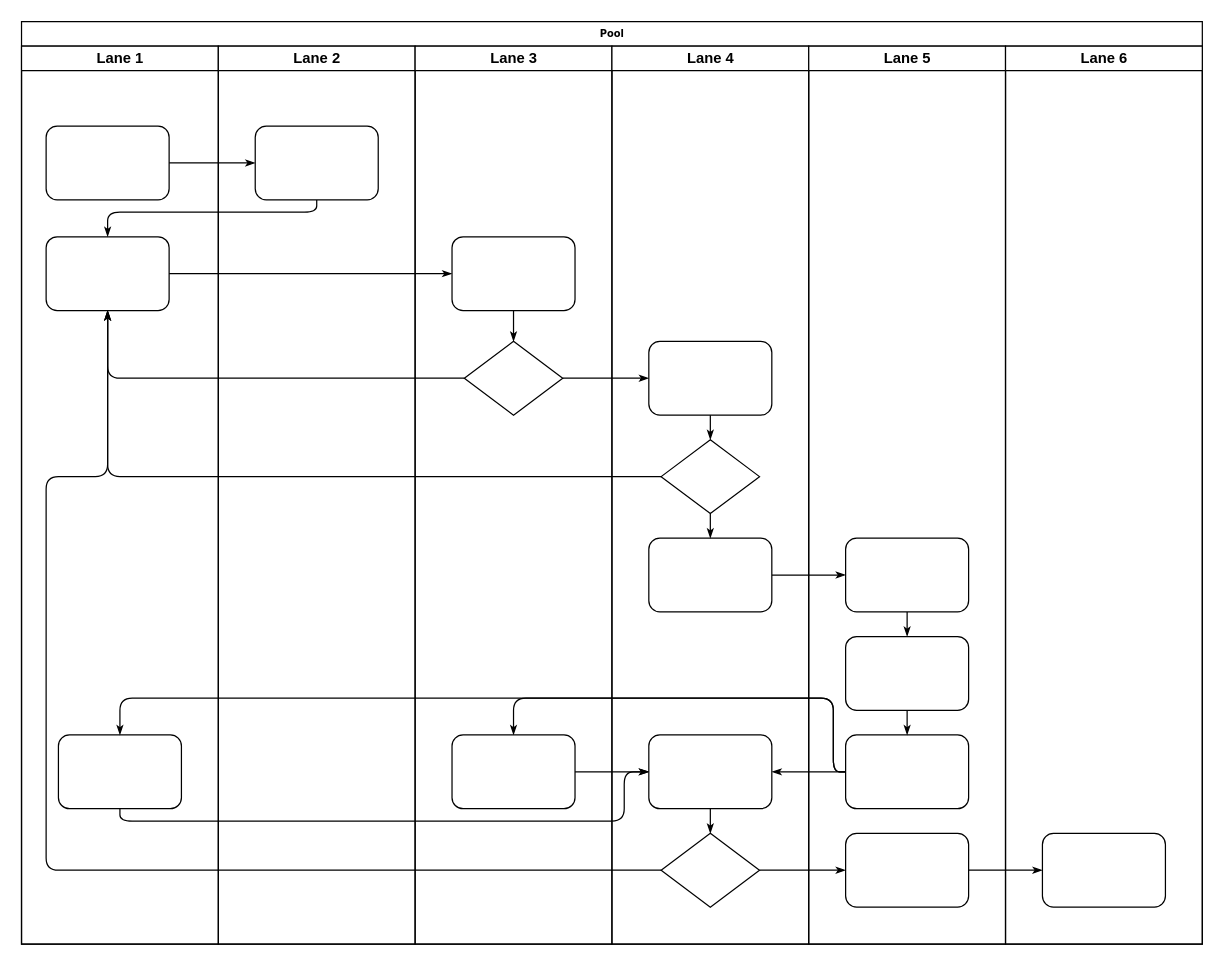
Earlier version of the draw.io diagram 注册登录.drawio (chendong-1/draw). Source tidied: cells renumbered, new cells numbered last; positions are measured from the earlier drawing's top-left corner, leaving out a move shared by most shapes. Both pictures are drawn from the tidied source at 123%, with x=0, y=0 at pixel (21, 21).
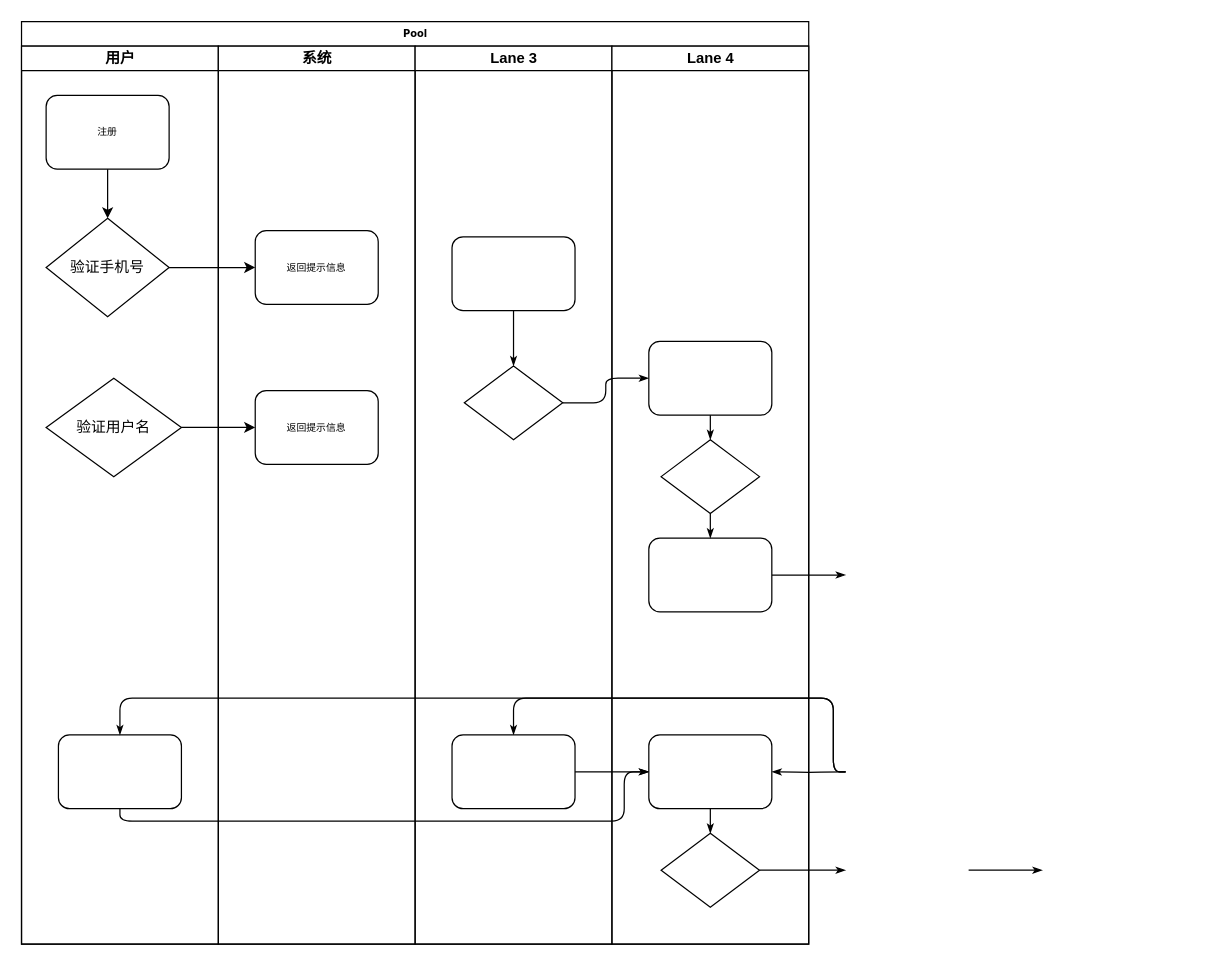
After the change.

Commit message (it also covers changes not shown here):
更新注册登录.drawio

Unchanged cells that the change refers to:
```xml
<mxCell id="6" style="rounded=1;whiteSpace=wrap;html=1;shadow=0;labelBackgroundColor=none;strokeWidth=1;fontFamily=Verdana;fontSize=8;align=center;" parent="3" vertex="1">
  <mxGeometry x="30" y="560" width="100" height="60" as="geometry" />
</mxCell>
<mxCell id="24" value="Lane 3" style="swimlane;html=1;startSize=20;" parent="2" vertex="1">
  <mxGeometry x="320" y="20" width="160" height="730" as="geometry" />
</mxCell>
<mxCell id="25" style="rounded=1;whiteSpace=wrap;html=1;shadow=0;labelBackgroundColor=none;strokeWidth=1;fontFamily=Verdana;fontSize=8;align=center;" parent="24" vertex="1">
  <mxGeometry x="30" y="155" width="100" height="60" as="geometry" />
</mxCell>
<mxCell id="27" style="rounded=1;whiteSpace=wrap;html=1;shadow=0;labelBackgroundColor=none;strokeWidth=1;fontFamily=Verdana;fontSize=8;align=center;" parent="24" vertex="1">
  <mxGeometry x="30" y="560" width="100" height="60" as="geometry" />
</mxCell>
<mxCell id="31" style="rhombus;whiteSpace=wrap;html=1;rounded=0;shadow=0;labelBackgroundColor=none;strokeWidth=1;fontFamily=Verdana;fontSize=8;align=center;" parent="29" vertex="1">
  <mxGeometry x="40" y="320" width="80" height="60" as="geometry" />
</mxCell>
<mxCell id="32" style="rounded=1;whiteSpace=wrap;html=1;shadow=0;labelBackgroundColor=none;strokeWidth=1;fontFamily=Verdana;fontSize=8;align=center;" parent="29" vertex="1">
  <mxGeometry x="30" y="400" width="100" height="60" as="geometry" />
</mxCell>
<mxCell id="33" style="rounded=1;whiteSpace=wrap;html=1;shadow=0;labelBackgroundColor=none;strokeWidth=1;fontFamily=Verdana;fontSize=8;align=center;" parent="29" vertex="1">
  <mxGeometry x="30" y="560" width="100" height="60" as="geometry" />
</mxCell>
<mxCell id="34" style="rhombus;whiteSpace=wrap;html=1;rounded=0;shadow=0;labelBackgroundColor=none;strokeWidth=1;fontFamily=Verdana;fontSize=8;align=center;" parent="29" vertex="1">
  <mxGeometry x="40" y="640" width="80" height="60" as="geometry" />
</mxCell>
```

What changed in the source:
```diff
@@
     <mxCell id="2" value="Pool" style="swimlane;html=1;startSize=20;rounded=0;shadow=0;labelBackgroundColor=none;strokeWidth=1;fontFamily=Verdana;fontSize=8;align=center;" parent="1" vertex="1">
-      <mxGeometry width="960" height="750" as="geometry" />
+      <mxGeometry width="640" height="750" as="geometry" />
     </mxCell>
-    <mxCell id="3" value="Lane 1" style="swimlane;html=1;startSize=20;" parent="2" vertex="1">
+    <mxCell id="3" value="用户" style="swimlane;html=1;startSize=20;" parent="2" vertex="1">
       <mxGeometry y="20" width="160" height="730" as="geometry" />
     </mxCell>
-    <mxCell id="4" style="rounded=1;whiteSpace=wrap;html=1;shadow=0;labelBackgroundColor=none;strokeWidth=1;fontFamily=Verdana;fontSize=8;align=center;" parent="3" vertex="1">
-      <mxGeometry x="20" y="65" width="100" height="60" as="geometry" />
+    <mxCell id="4" value="注册" style="rounded=1;whiteSpace=wrap;html=1;shadow=0;labelBackgroundColor=none;strokeWidth=1;fontFamily=Verdana;fontSize=8;align=center;" parent="3" vertex="1">
+      <mxGeometry x="20" y="40" width="100" height="60" as="geometry" />
     </mxCell>
-    <mxCell id="5" style="rounded=1;whiteSpace=wrap;html=1;shadow=0;labelBackgroundColor=none;strokeWidth=1;fontFamily=Verdana;fontSize=8;align=center;" parent="3" vertex="1">
-      <mxGeometry x="20" y="155" width="100" height="60" as="geometry" />
-    </mxCell>
@@
-    <mxCell id="7" style="edgeStyle=orthogonalEdgeStyle;rounded=1;html=1;labelBackgroundColor=none;startArrow=none;startFill=0;startSize=5;endArrow=classicThin;endFill=1;endSize=5;jettySize=auto;strokeWidth=1;fontFamily=Verdana;fontSize=8;" parent="2" edge="1" source="4" target="23">
-      <mxGeometry relative="1" as="geometry" />
-    </mxCell>
-    <mxCell id="8" style="edgeStyle=orthogonalEdgeStyle;rounded=1;html=1;labelBackgroundColor=none;startArrow=none;startFill=0;startSize=5;endArrow=classicThin;endFill=1;endSize=5;jettySize=auto;strokeWidth=1;fontFamily=Verdana;fontSize=8;" parent="2" edge="1" source="23" target="5">
-      <mxGeometry relative="1" as="geometry">
-        <Array as="points">
-          <mxPoint x="240" y="155" />
-          <mxPoint x="70" y="155" />
-        </Array>
-      </mxGeometry>
-    </mxCell>
-    <mxCell id="9" style="edgeStyle=orthogonalEdgeStyle;rounded=1;html=1;labelBackgroundColor=none;startArrow=none;startFill=0;startSize=5;endArrow=classicThin;endFill=1;endSize=5;jettySize=auto;strokeWidth=1;fontFamily=Verdana;fontSize=8;" parent="2" edge="1" source="5" target="25">
-      <mxGeometry relative="1" as="geometry" />
-    </mxCell>
-    <mxCell id="10" style="edgeStyle=orthogonalEdgeStyle;rounded=1;html=1;labelBackgroundColor=none;startArrow=none;startFill=0;startSize=5;endArrow=classicThin;endFill=1;endSize=5;jettySize=auto;strokeWidth=1;fontFamily=Verdana;fontSize=8;" parent="2" edge="1" source="26" target="5">
-      <mxGeometry relative="1" as="geometry" />
-    </mxCell>
-    <mxCell id="11" style="edgeStyle=orthogonalEdgeStyle;rounded=1;html=1;labelBackgroundColor=none;startArrow=none;startFill=0;startSize=5;endArrow=classicThin;endFill=1;endSize=5;jettySize=auto;strokeWidth=1;fontFamily=Verdana;fontSize=8;" parent="2" edge="1" source="31" target="5">
-      <mxGeometry relative="1" as="geometry" />
-    </mxCell>
-    <mxCell id="12" style="edgeStyle=orthogonalEdgeStyle;rounded=1;html=1;labelBackgroundColor=none;startArrow=none;startFill=0;startSize=5;endArrow=classicThin;endFill=1;endSize=5;jettySize=auto;strokeWidth=1;fontFamily=Verdana;fontSize=8;" parent="2" edge="1" source="34" target="5">
-      <mxGeometry relative="1" as="geometry">
-        <Array as="points">
-          <mxPoint x="20" y="690" />
-          <mxPoint x="20" y="370" />
-          <mxPoint x="70" y="370" />
-        </Array>
-      </mxGeometry>
-    </mxCell>
+    <mxCell id="47" value="验证手机号" style="rhombus;whiteSpace=wrap;html=1;" parent="3" vertex="1">
+      <mxGeometry x="20" y="140" width="100" height="80" as="geometry" />
+    </mxCell>
+    <mxCell id="48" style="endArrow=classic;html=1;rounded=0;exitX=0.5;exitY=1;exitDx=0;exitDy=0;" parent="3" edge="1" source="4" target="47">
+      <mxGeometry relative="1" as="geometry" />
+    </mxCell>
+    <mxCell id="49" value="验证用户名" style="rhombus;whiteSpace=wrap;html=1;" parent="3" vertex="1">
+      <mxGeometry x="20" y="270" width="110" height="80" as="geometry" />
+    </mxCell>
@@
-    <mxCell id="14" style="edgeStyle=orthogonalEdgeStyle;rounded=1;html=1;labelBackgroundColor=none;startArrow=none;startFill=0;startSize=5;endArrow=classicThin;endFill=1;endSize=5;jettySize=auto;strokeWidth=1;fontFamily=Verdana;fontSize=8;" parent="2" edge="1" source="34" target="42">
-      <mxGeometry relative="1" as="geometry" />
+    <mxCell id="14" style="edgeStyle=orthogonalEdgeStyle;rounded=1;html=1;labelBackgroundColor=none;startArrow=none;startFill=0;startSize=5;endArrow=classicThin;endFill=1;endSize=5;jettySize=auto;strokeWidth=1;fontFamily=Verdana;fontSize=8;" parent="2" edge="1" source="34">
+      <mxGeometry relative="1" as="geometry">
+        <mxPoint x="670" y="690" as="targetPoint" />
+      </mxGeometry>
     </mxCell>
-    <mxCell id="15" style="edgeStyle=orthogonalEdgeStyle;rounded=1;html=1;labelBackgroundColor=none;startArrow=none;startFill=0;startSize=5;endArrow=classicThin;endFill=1;endSize=5;jettySize=auto;strokeWidth=1;fontFamily=Verdana;fontSize=8;" parent="2" edge="1" source="42" target="46">
-      <mxGeometry relative="1" as="geometry" />
+    <mxCell id="15" style="edgeStyle=orthogonalEdgeStyle;rounded=1;html=1;labelBackgroundColor=none;startArrow=none;startFill=0;startSize=5;endArrow=classicThin;endFill=1;endSize=5;jettySize=auto;orthogonalLoop=1;strokeWidth=1;fontFamily=Verdana;fontSize=8;" parent="2" edge="1">
+      <mxGeometry relative="1" as="geometry">
+        <mxPoint x="770" y="690" as="sourcePoint" />
+        <mxPoint x="830" y="690" as="targetPoint" />
+      </mxGeometry>
     </mxCell>
-    <mxCell id="16" style="edgeStyle=orthogonalEdgeStyle;rounded=1;html=1;labelBackgroundColor=none;startArrow=none;startFill=0;startSize=5;endArrow=classicThin;endFill=1;endSize=5;jettySize=auto;strokeWidth=1;fontFamily=Verdana;fontSize=8;" parent="2" edge="1" source="32" target="39">
-      <mxGeometry relative="1" as="geometry" />
+    <mxCell id="16" style="edgeStyle=orthogonalEdgeStyle;rounded=1;html=1;labelBackgroundColor=none;startArrow=none;startFill=0;startSize=5;endArrow=classicThin;endFill=1;endSize=5;jettySize=auto;strokeWidth=1;fontFamily=Verdana;fontSize=8;" parent="2" edge="1" source="32">
+      <mxGeometry relative="1" as="geometry">
+        <mxPoint x="670" y="450" as="targetPoint" />
+      </mxGeometry>
     </mxCell>
-    <mxCell id="17" style="edgeStyle=orthogonalEdgeStyle;rounded=1;html=1;labelBackgroundColor=none;startArrow=none;startFill=0;startSize=5;endArrow=classicThin;endFill=1;endSize=5;jettySize=auto;strokeWidth=1;fontFamily=Verdana;fontSize=8;" parent="2" edge="1" source="41" target="27">
+    <mxCell id="17" style="edgeStyle=orthogonalEdgeStyle;rounded=1;html=1;labelBackgroundColor=none;startArrow=none;startFill=0;startSize=5;endArrow=classicThin;endFill=1;endSize=5;jettySize=auto;strokeWidth=1;fontFamily=Verdana;fontSize=8;" parent="2" edge="1" target="27">
       <mxGeometry relative="1" as="geometry">
+        <mxPoint x="670" y="610" as="sourcePoint" />
         <Array as="points">
           <mxPoint x="660" y="610" />
           <mxPoint x="660" y="550" />
           <mxPoint x="400" y="550" />
         </Array>
       </mxGeometry>
     </mxCell>
-    <mxCell id="18" style="edgeStyle=orthogonalEdgeStyle;rounded=1;html=1;labelBackgroundColor=none;startArrow=none;startFill=0;startSize=5;endArrow=classicThin;endFill=1;endSize=5;jettySize=auto;strokeColor=#000000;strokeWidth=1;fontFamily=Verdana;fontSize=8;fontColor=#000000;" parent="2" edge="1" source="41" target="33">
-      <mxGeometry relative="1" as="geometry" />
+    <mxCell id="18" style="edgeStyle=orthogonalEdgeStyle;rounded=1;html=1;labelBackgroundColor=none;startArrow=none;startFill=0;startSize=5;endArrow=classicThin;endFill=1;endSize=5;jettySize=auto;strokeColor=#000000;strokeWidth=1;fontFamily=Verdana;fontSize=8;fontColor=#000000;" parent="2" edge="1" target="33">
+      <mxGeometry relative="1" as="geometry">
+        <mxPoint x="670" y="610" as="sourcePoint" />
+      </mxGeometry>
     </mxCell>
-    <mxCell id="19" style="edgeStyle=orthogonalEdgeStyle;rounded=1;html=1;labelBackgroundColor=none;startArrow=none;startFill=0;startSize=5;endArrow=classicThin;endFill=1;endSize=5;jettySize=auto;strokeWidth=1;fontFamily=Verdana;fontSize=8;" parent="2" edge="1" source="41" target="6">
+    <mxCell id="19" style="edgeStyle=orthogonalEdgeStyle;rounded=1;html=1;labelBackgroundColor=none;startArrow=none;startFill=0;startSize=5;endArrow=classicThin;endFill=1;endSize=5;jettySize=auto;strokeWidth=1;fontFamily=Verdana;fontSize=8;" parent="2" edge="1" target="6">
       <mxGeometry relative="1" as="geometry">
+        <mxPoint x="670" y="610" as="sourcePoint" />
         <Array as="points">
           <mxPoint x="660" y="610" />
           <mxPoint x="660" y="550" />
           <mxPoint x="80" y="550" />
         </Array>
       </mxGeometry>
     </mxCell>
@@
-    <mxCell id="22" value="Lane 2" style="swimlane;html=1;startSize=20;" parent="2" vertex="1">
+    <mxCell id="22" value="系统" style="swimlane;html=1;startSize=20;" parent="2" vertex="1">
       <mxGeometry x="160" y="20" width="160" height="730" as="geometry" />
     </mxCell>
-    <mxCell id="23" style="rounded=1;whiteSpace=wrap;html=1;shadow=0;labelBackgroundColor=none;strokeWidth=1;fontFamily=Verdana;fontSize=8;align=center;" parent="22" vertex="1">
-      <mxGeometry x="30" y="65" width="100" height="60" as="geometry" />
+    <mxCell id="23" value="返回提示信息" style="rounded=1;whiteSpace=wrap;html=1;shadow=0;labelBackgroundColor=none;strokeWidth=1;fontFamily=Verdana;fontSize=8;align=center;" parent="22" vertex="1">
+      <mxGeometry x="30" y="150" width="100" height="60" as="geometry" />
     </mxCell>
+    <mxCell id="50" value="返回提示信息" style="rounded=1;whiteSpace=wrap;html=1;shadow=0;labelBackgroundColor=none;strokeWidth=1;fontFamily=Verdana;fontSize=8;align=center;" parent="22" vertex="1">
+      <mxGeometry x="30" y="280" width="100" height="60" as="geometry" />
+    </mxCell>
@@
     <mxCell id="26" style="rhombus;whiteSpace=wrap;html=1;rounded=0;shadow=0;labelBackgroundColor=none;strokeWidth=1;fontFamily=Verdana;fontSize=8;align=center;" parent="24" vertex="1">
-      <mxGeometry x="40" y="240" width="80" height="60" as="geometry" />
+      <mxGeometry x="40" y="260" width="80" height="60" as="geometry" />
     </mxCell>
@@
-    <mxCell id="38" value="Lane 5" style="swimlane;html=1;startSize=20;" parent="2" vertex="1">
-      <mxGeometry x="640" y="20" width="160" height="730" as="geometry" />
-    </mxCell>
-    <mxCell id="39" style="rounded=1;whiteSpace=wrap;html=1;shadow=0;labelBackgroundColor=none;strokeWidth=1;fontFamily=Verdana;fontSize=8;align=center;" parent="38" vertex="1">
-      <mxGeometry x="30" y="400" width="100" height="60" as="geometry" />
-    </mxCell>
-    <mxCell id="40" style="rounded=1;whiteSpace=wrap;html=1;shadow=0;labelBackgroundColor=none;strokeWidth=1;fontFamily=Verdana;fontSize=8;align=center;" parent="38" vertex="1">
-      <mxGeometry x="30" y="480" width="100" height="60" as="geometry" />
-    </mxCell>
-    <mxCell id="41" style="rounded=1;whiteSpace=wrap;html=1;shadow=0;labelBackgroundColor=none;strokeWidth=1;fontFamily=Verdana;fontSize=8;align=center;" parent="38" vertex="1">
-      <mxGeometry x="30" y="560" width="100" height="60" as="geometry" />
-    </mxCell>
-    <mxCell id="42" style="rounded=1;whiteSpace=wrap;html=1;shadow=0;labelBackgroundColor=none;strokeWidth=1;fontFamily=Verdana;fontSize=8;align=center;" parent="38" vertex="1">
-      <mxGeometry x="30" y="640" width="100" height="60" as="geometry" />
-    </mxCell>
-    <mxCell id="43" style="edgeStyle=orthogonalEdgeStyle;rounded=1;html=1;labelBackgroundColor=none;startArrow=none;startFill=0;startSize=5;endArrow=classicThin;endFill=1;endSize=5;jettySize=auto;strokeWidth=1;fontFamily=Verdana;fontSize=8;" parent="38" edge="1" source="39" target="40">
-      <mxGeometry relative="1" as="geometry" />
-    </mxCell>
-    <mxCell id="44" style="edgeStyle=orthogonalEdgeStyle;rounded=1;html=1;labelBackgroundColor=none;startArrow=none;startFill=0;startSize=5;endArrow=classicThin;endFill=1;endSize=5;jettySize=auto;strokeWidth=1;fontFamily=Verdana;fontSize=8;" parent="38" edge="1" source="40" target="41">
-      <mxGeometry relative="1" as="geometry" />
-    </mxCell>
-    <mxCell id="45" value="Lane 6" style="swimlane;html=1;startSize=20;" parent="2" vertex="1">
-      <mxGeometry x="800" y="20" width="160" height="730" as="geometry" />
-    </mxCell>
-    <mxCell id="46" style="rounded=1;whiteSpace=wrap;html=1;shadow=0;labelBackgroundColor=none;strokeWidth=1;fontFamily=Verdana;fontSize=8;align=center;" parent="45" vertex="1">
-      <mxGeometry x="30" y="640" width="100" height="60" as="geometry" />
-    </mxCell>
+    <mxCell id="51" style="edgeStyle=orthogonalEdgeStyle;rounded=0;jettySize=auto;html=1;" parent="2" edge="1" source="47" target="23">
+      <mxGeometry relative="1" as="geometry" />
+    </mxCell>
+    <mxCell id="52" style="edgeStyle=orthogonalEdgeStyle;rounded=0;jettySize=auto;html=1;" parent="2" edge="1" source="49" target="50">
+      <mxGeometry relative="1" as="geometry" />
+    </mxCell>
```
